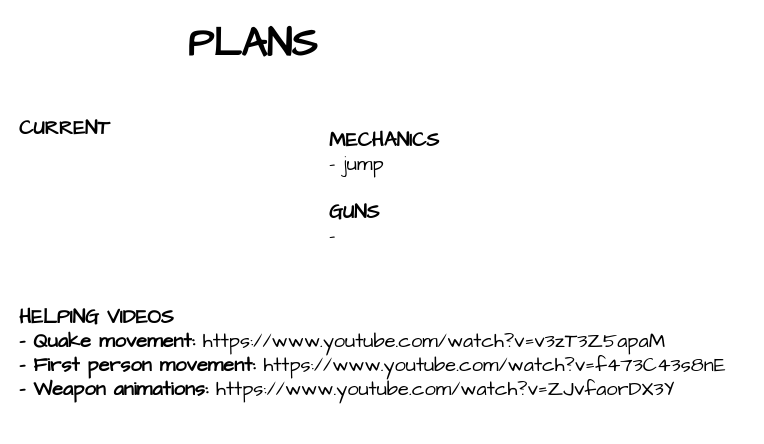
Earlier version of the draw.io diagram plans.drawio (HasChad/bevy-shooting-range). Source tidied: cells renumbered, new cells numbered last; positions are measured from the earlier drawing's top-left corner, leaving out a move shared by most shapes. Both pictures are drawn from the tidied source at 100%, with x=0, y=0 at pixel (17, 17).
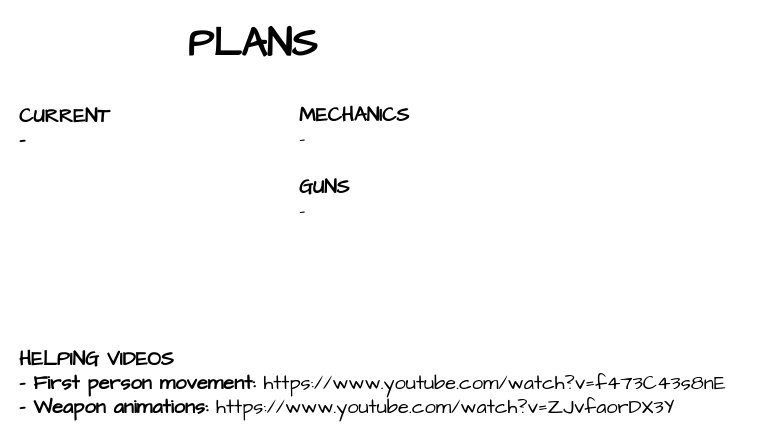
The same diagram, later.

Commit message (it also covers changes not shown here):
- changed mode changed button to tab - updated plans

What changed in the source:
```diff
@@
 <mxGraphModel>
   <root>
     <mxCell id="0" />
     <mxCell id="1" parent="0" />
-    <mxCell id="2" value="&lt;b&gt;MECHANICS&lt;/b&gt;&lt;br&gt;- jump&lt;br&gt;&lt;br&gt;&lt;b&gt;GUNS&lt;/b&gt;&lt;br&gt;-" style="text;html=1;align=left;verticalAlign=middle;strokeColor=none;fillColor=none;fontSize=20;fontFamily=Architects Daughter;sketch=1;hachureGap=4;jiggle=2;curveFitting=1;" parent="1" vertex="1">
-      <mxGeometry x="310" y="105" width="130" height="130" as="geometry" />
+    <mxCell id="2" value="&lt;b&gt;MECHANICS&lt;/b&gt;&lt;br&gt;-&amp;nbsp;&lt;br&gt;&lt;br&gt;&lt;b&gt;GUNS&lt;/b&gt;&lt;br&gt;-&amp;nbsp;" style="text;html=1;align=left;verticalAlign=middle;strokeColor=none;fillColor=none;fontSize=20;fontFamily=Architects Daughter;sketch=1;hachureGap=4;jiggle=2;curveFitting=1;" parent="1" vertex="1">
+      <mxGeometry x="280" y="80" width="130" height="130" as="geometry" />
     </mxCell>
-    <mxCell id="3" value="&lt;b&gt;CURRENT&lt;/b&gt;&lt;br&gt;" style="text;html=1;align=left;verticalAlign=middle;strokeColor=none;fillColor=none;fontSize=20;fontFamily=Architects Daughter;sketch=1;hachureGap=4;jiggle=2;curveFitting=1;" parent="1" vertex="1">
-      <mxGeometry y="90" width="110" height="40" as="geometry" />
+    <mxCell id="3" value="&lt;b&gt;CURRENT&lt;/b&gt;&lt;br&gt;&lt;div&gt;&lt;b&gt;-&amp;nbsp;&lt;/b&gt;&lt;/div&gt;" style="text;html=1;align=left;verticalAlign=middle;strokeColor=none;fillColor=none;fontSize=20;fontFamily=Architects Daughter;sketch=1;hachureGap=4;jiggle=2;curveFitting=1;" parent="1" vertex="1">
+      <mxGeometry y="80" width="110" height="60" as="geometry" />
     </mxCell>
     <mxCell id="4" value="&lt;p style=&quot;line-height: 0%;&quot;&gt;&lt;b style=&quot;&quot;&gt;&lt;font style=&quot;font-size: 40px;&quot;&gt;PLANS&lt;/font&gt;&lt;/b&gt;&lt;/p&gt;" style="text;html=1;align=center;verticalAlign=middle;strokeColor=none;fillColor=none;fontSize=20;fontFamily=Architects Daughter;sketch=1;hachureGap=4;jiggle=2;curveFitting=1;" parent="1" vertex="1">
       <mxGeometry x="160" width="150" height="60" as="geometry" />
     </mxCell>
-    <mxCell id="5" value="&lt;b&gt;HELPING VIDEOS&lt;br&gt;&lt;/b&gt;&lt;span style=&quot;background-color: initial;&quot;&gt;&lt;b&gt;- Quake movement:&lt;/b&gt; https://www.youtube.com/watch?v=v3zT3Z5apaM&lt;/span&gt;&lt;b&gt;&lt;br&gt;- First person movement:&amp;nbsp;&lt;/b&gt;https://www.youtube.com/watch?v=f473C43s8nE&lt;br&gt;&lt;b&gt;- Weapon animations:&lt;/b&gt; https://www.youtube.com/watch?v=ZJvfaorDX3Y" style="text;html=1;align=left;verticalAlign=middle;strokeColor=none;fillColor=none;fontSize=20;fontFamily=Architects Daughter;sketch=1;hachureGap=4;jiggle=2;curveFitting=1;" parent="1" vertex="1">
-      <mxGeometry y="280" width="730" height="110" as="geometry" />
+    <mxCell id="5" value="&lt;b&gt;HELPING VIDEOS&lt;/b&gt;&lt;b&gt;&lt;br&gt;- First person movement:&amp;nbsp;&lt;/b&gt;https://www.youtube.com/watch?v=f473C43s8nE&lt;br&gt;&lt;b&gt;- Weapon animations:&lt;/b&gt; https://www.youtube.com/watch?v=ZJvfaorDX3Y" style="text;html=1;align=left;verticalAlign=middle;strokeColor=none;fillColor=none;fontSize=20;fontFamily=Architects Daughter;sketch=1;hachureGap=4;jiggle=2;curveFitting=1;" parent="1" vertex="1">
+      <mxGeometry y="320" width="730" height="90" as="geometry" />
     </mxCell>
   </root>
 </mxGraphModel>
```
